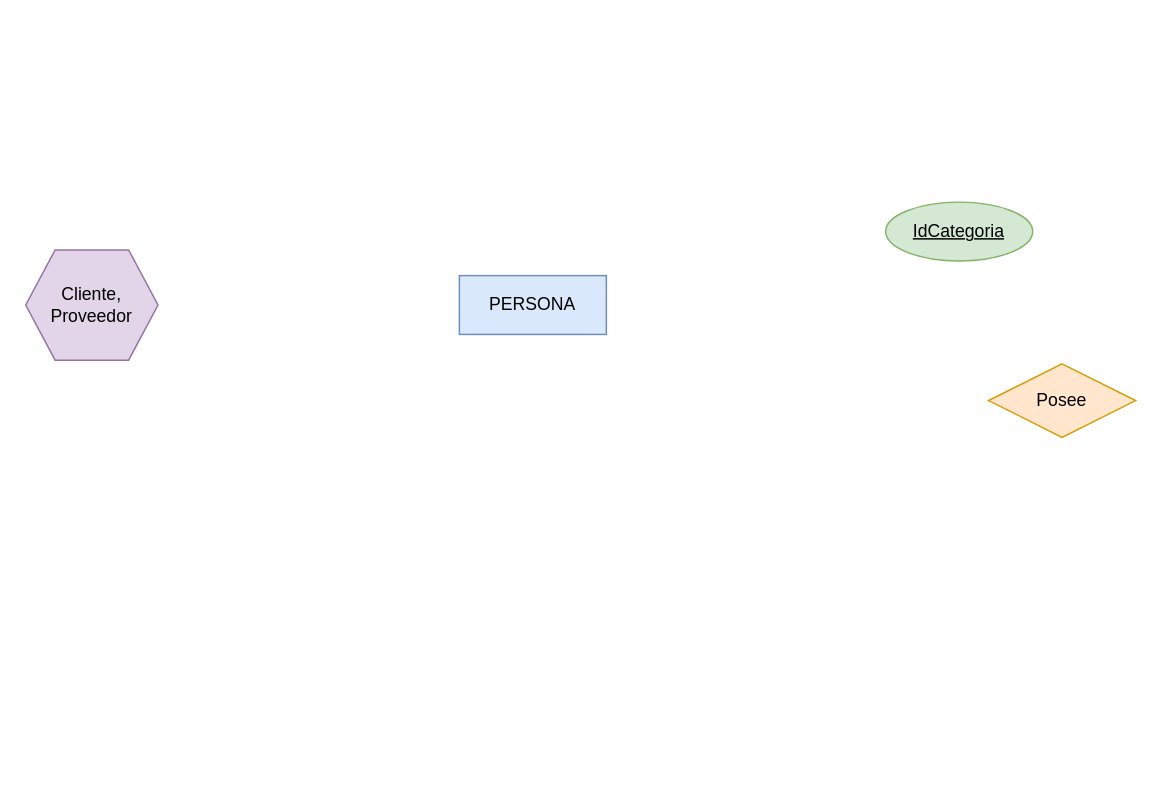
The draw.io diagram ERD_CyberDex.drawio in AngelDavidStudios/Diagramas_BdD_1, before the edit. Source tidied: cells renumbered, new cells numbered last; positions are measured from the earlier drawing's top-left corner, leaving out a move shared by most shapes. Both pictures are drawn from the tidied source at 147%, with x=0, y=0 at pixel (25, 201).
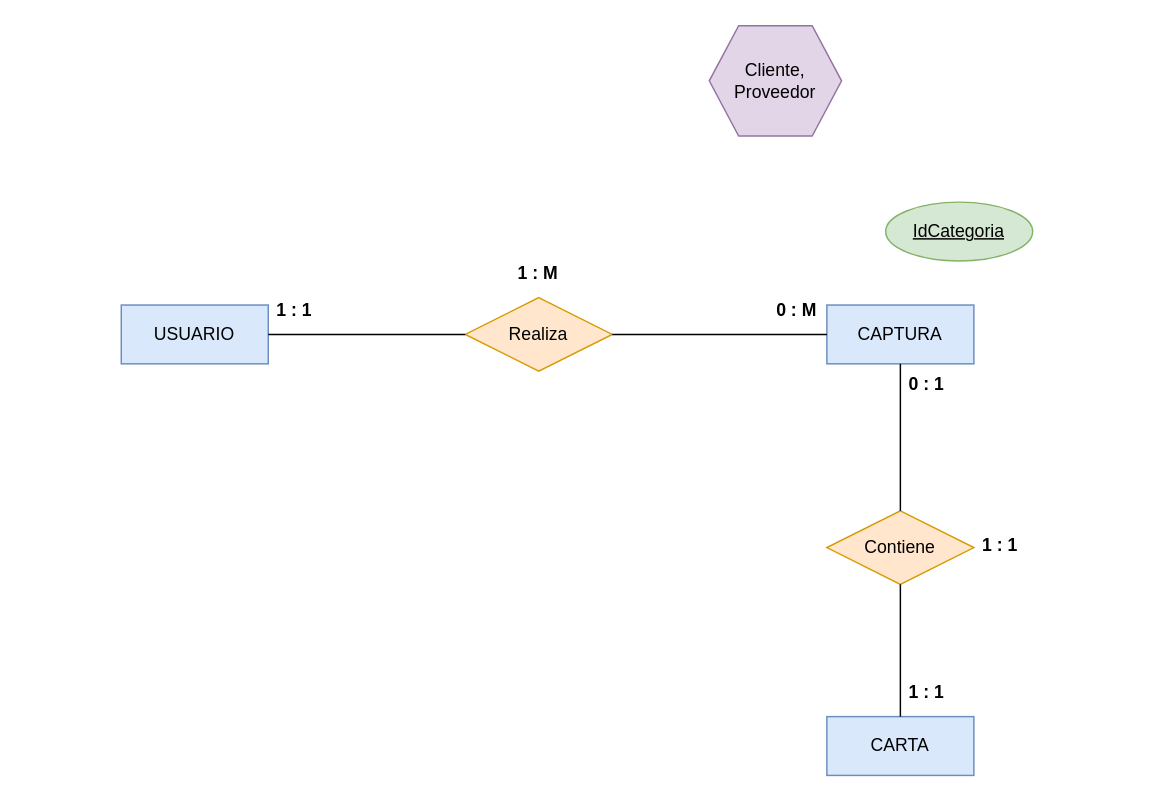
The same page after the edit.

Diff of the diagram source:
```diff
@@
 <mxGraphModel>
   <root>
     <mxCell id="0" />
     <mxCell id="1" parent="0" />
-    <mxCell id="2" value="PERSONA" style="whiteSpace=wrap;html=1;align=center;fillColor=#dae8fc;strokeColor=#6c8ebf;" parent="1" vertex="1">
-      <mxGeometry x="295" y="50" width="100" height="40" as="geometry" />
+    <mxCell id="2" value="USUARIO" style="whiteSpace=wrap;html=1;align=center;fillColor=#dae8fc;strokeColor=#6c8ebf;" parent="1" vertex="1">
+      <mxGeometry x="65" y="70" width="100" height="40" as="geometry" />
     </mxCell>
-    <mxCell id="3" value="Posee" style="shape=rhombus;perimeter=rhombusPerimeter;whiteSpace=wrap;html=1;align=center;fillColor=#ffe6cc;strokeColor=#d79b00;" parent="1" vertex="1">
-      <mxGeometry x="655" y="110" width="100" height="50" as="geometry" />
+    <mxCell id="3" value="Realiza" style="shape=rhombus;perimeter=rhombusPerimeter;whiteSpace=wrap;html=1;align=center;fillColor=#ffe6cc;strokeColor=#d79b00;" parent="1" vertex="1">
+      <mxGeometry x="299" y="65" width="100" height="50" as="geometry" />
     </mxCell>
     <mxCell id="4" value="Cliente,&lt;div&gt;Proveedor&lt;/div&gt;" style="shape=hexagon;perimeter=hexagonPerimeter2;whiteSpace=wrap;html=1;fixedSize=1;fillColor=#e1d5e7;strokeColor=#9673a6;" parent="1" vertex="1">
-      <mxGeometry y="32.5" width="90" height="75" as="geometry" />
+      <mxGeometry x="465" y="-120" width="90" height="75" as="geometry" />
     </mxCell>
     <mxCell id="5" value="IdCategoria" style="ellipse;whiteSpace=wrap;html=1;align=center;fontStyle=4;fillColor=#d5e8d4;strokeColor=#82b366;" parent="1" vertex="1">
       <mxGeometry x="585" width="100" height="40" as="geometry" />
     </mxCell>
+    <mxCell id="6" value="CARTA" style="whiteSpace=wrap;html=1;align=center;fillColor=#dae8fc;strokeColor=#6c8ebf;" parent="1" vertex="1">
+      <mxGeometry x="545" y="350" width="100" height="40" as="geometry" />
+    </mxCell>
+    <mxCell id="7" value="CAPTURA" style="whiteSpace=wrap;html=1;align=center;fillColor=#dae8fc;strokeColor=#6c8ebf;" parent="1" vertex="1">
+      <mxGeometry x="545" y="70" width="100" height="40" as="geometry" />
+    </mxCell>
+    <mxCell id="8" style="endArrow=none;html=1;rounded=0;" parent="1" edge="1" source="2" target="3">
+      <mxGeometry relative="1" as="geometry" />
+    </mxCell>
+    <mxCell id="9" style="endArrow=none;html=1;rounded=0;" parent="1" edge="1" source="3" target="7">
+      <mxGeometry relative="1" as="geometry" />
+    </mxCell>
+    <mxCell id="10" value="1 : M" style="text;strokeColor=none;fillColor=none;spacingLeft=4;spacingRight=4;overflow=hidden;fontSize=12;whiteSpace=wrap;html=1;fontStyle=1;" parent="1" vertex="1">
+      <mxGeometry x="329" y="35" width="40" height="30" as="geometry" />
+    </mxCell>
+    <mxCell id="11" value="0 : M" style="text;strokeColor=none;fillColor=none;spacingLeft=4;spacingRight=4;overflow=hidden;fontSize=12;whiteSpace=wrap;html=1;fontStyle=1;" parent="1" vertex="1">
+      <mxGeometry x="505" y="60" width="40" height="30" as="geometry" />
+    </mxCell>
+    <mxCell id="12" value="1 : 1" style="text;strokeColor=none;fillColor=none;spacingLeft=4;spacingRight=4;overflow=hidden;fontSize=12;whiteSpace=wrap;html=1;fontStyle=1;" parent="1" vertex="1">
+      <mxGeometry x="165" y="60" width="40" height="30" as="geometry" />
+    </mxCell>
+    <mxCell id="13" value="Contiene" style="shape=rhombus;perimeter=rhombusPerimeter;whiteSpace=wrap;html=1;align=center;fillColor=#ffe6cc;strokeColor=#d79b00;" parent="1" vertex="1">
+      <mxGeometry x="545" y="210" width="100" height="50" as="geometry" />
+    </mxCell>
+    <mxCell id="14" style="endArrow=none;html=1;rounded=0;" parent="1" edge="1" source="7" target="13">
+      <mxGeometry relative="1" as="geometry" />
+    </mxCell>
+    <mxCell id="15" style="endArrow=none;html=1;rounded=0;" parent="1" edge="1" source="6" target="13">
+      <mxGeometry relative="1" as="geometry" />
+    </mxCell>
+    <mxCell id="16" value="1 : 1" style="text;strokeColor=none;fillColor=none;spacingLeft=4;spacingRight=4;overflow=hidden;fontSize=12;whiteSpace=wrap;html=1;fontStyle=1;" parent="1" vertex="1">
+      <mxGeometry x="645" y="220" width="40" height="30" as="geometry" />
+    </mxCell>
+    <mxCell id="17" value="0 : 1" style="text;strokeColor=none;fillColor=none;spacingLeft=4;spacingRight=4;overflow=hidden;fontSize=12;whiteSpace=wrap;html=1;fontStyle=1;" parent="1" vertex="1">
+      <mxGeometry x="595" y="110" width="40" height="30" as="geometry" />
+    </mxCell>
+    <mxCell id="18" value="1 : 1" style="text;strokeColor=none;fillColor=none;spacingLeft=4;spacingRight=4;overflow=hidden;fontSize=12;whiteSpace=wrap;html=1;fontStyle=1;" parent="1" vertex="1">
+      <mxGeometry x="595" y="320" width="40" height="30" as="geometry" />
+    </mxCell>
   </root>
 </mxGraphModel>
```
